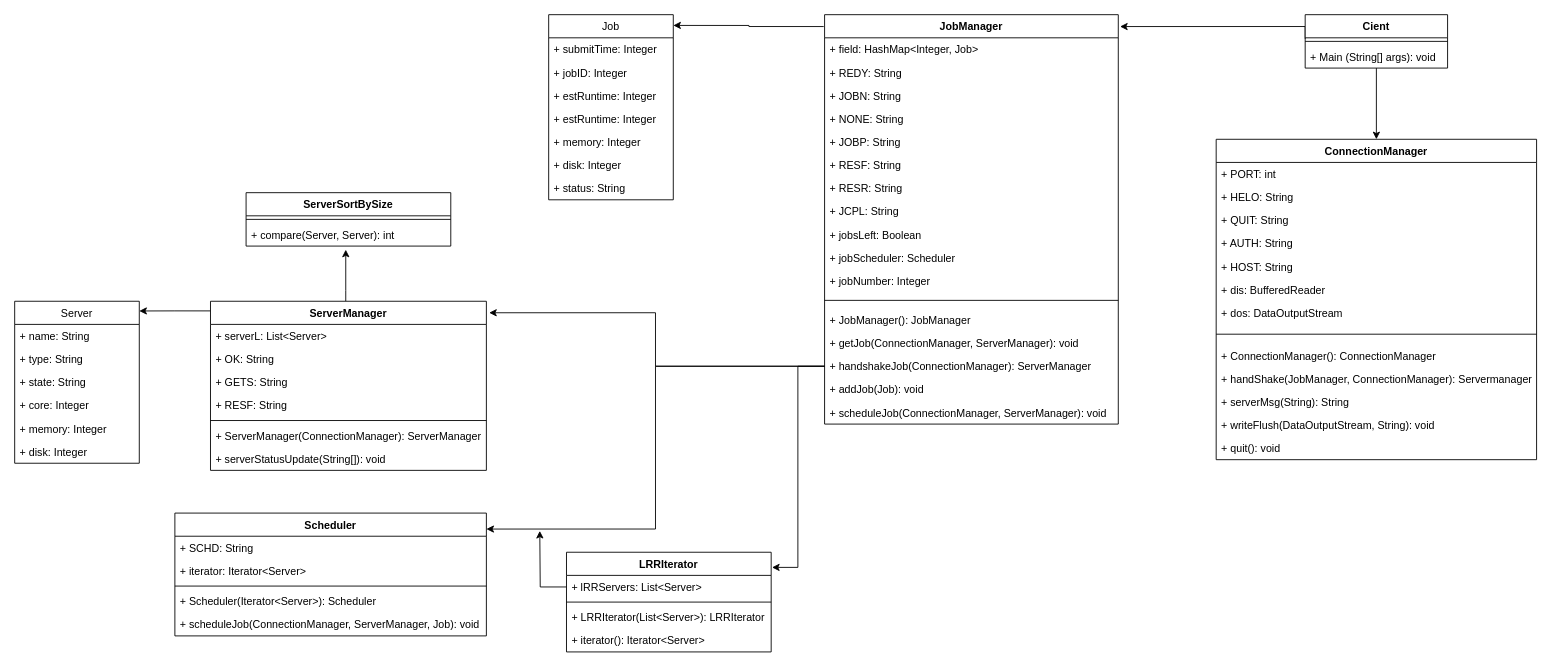
This is Untitled Diagram.drawio from 46458727/COMP3100, a draw.io file, before an edit. Source tidied: cells renumbered, new cells numbered last; positions are measured from the earlier drawing's top-left corner, leaving out a move shared by most shapes. Both pictures are drawn from the tidied source at 89%, with x=0, y=0 at pixel (14, 14).
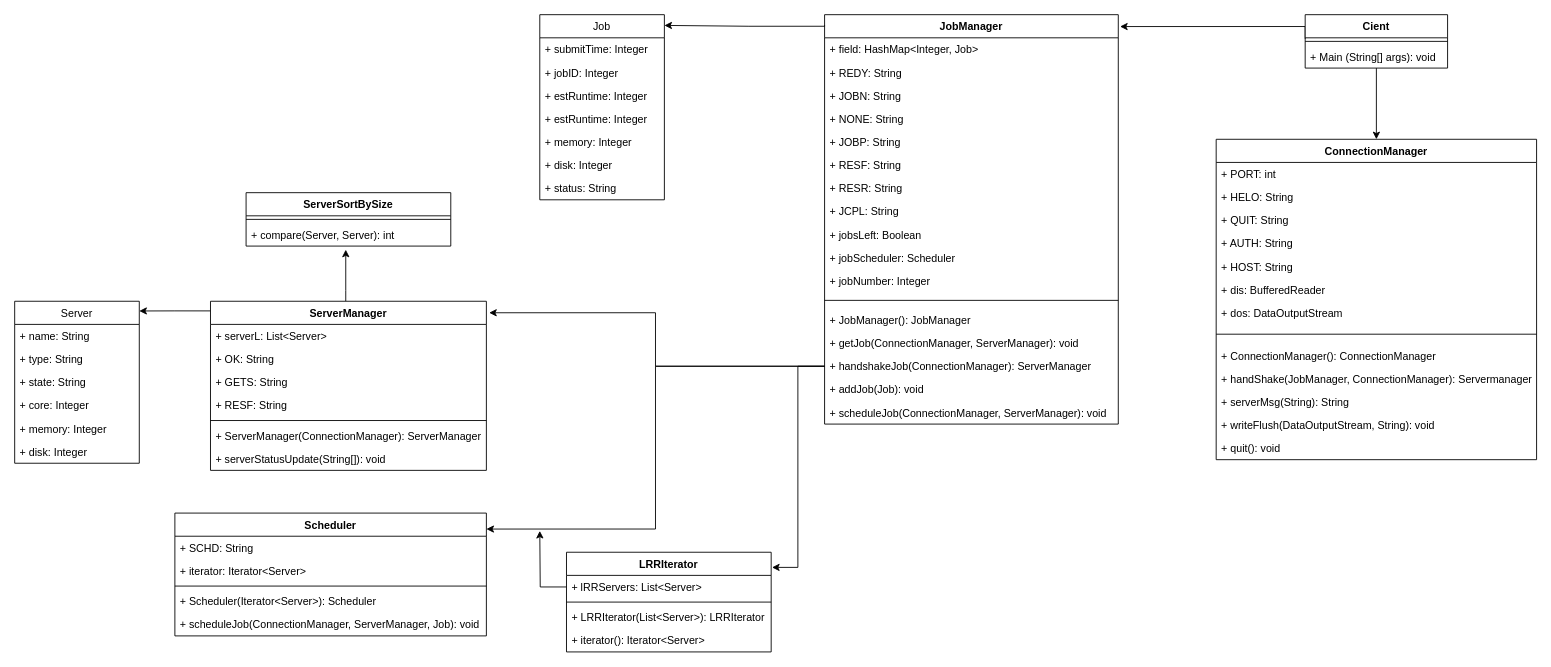
The same page after the edit.

Commit message:
line tidying

Unchanged cells that the change refers to:
```xml
<mxCell id="28" value="JobManager" style="swimlane;fontStyle=1;align=center;verticalAlign=top;horizontal=1;startSize=26;" parent="1" vertex="1">
  <mxGeometry x="910" width="330" height="460" as="geometry" />
</mxCell>
```

Change to the diagram source:
```diff
@@
     <mxCell id="46" value="Job" style="swimlane;fontStyle=0;horizontal=1;startSize=26;fillColor=none;" parent="1" vertex="1">
-      <mxGeometry x="600" width="140" height="208" as="geometry" />
+      <mxGeometry x="590" width="140" height="208" as="geometry" />
     </mxCell>
@@
-    <mxCell id="78" style="edgeStyle=orthogonalEdgeStyle;rounded=0;jettySize=auto;html=1;entryX=1;entryY=0.058;entryDx=0;entryDy=0;entryPerimeter=0;exitX=-0.003;exitY=0.029;exitDx=0;exitDy=0;exitPerimeter=0;" parent="1" edge="1" source="28" target="46">
-      <mxGeometry relative="1" as="geometry" />
+    <mxCell id="78" style="edgeStyle=orthogonalEdgeStyle;rounded=0;jettySize=auto;html=1;entryX=1;entryY=0.058;entryDx=0;entryDy=0;entryPerimeter=0;" parent="1" edge="1" target="46">
+      <mxGeometry relative="1" as="geometry">
+        <mxPoint x="910" y="12" as="sourcePoint" />
+        <Array as="points">
+          <mxPoint x="825" y="13" />
+          <mxPoint x="825" y="12" />
+        </Array>
+      </mxGeometry>
     </mxCell>
```
